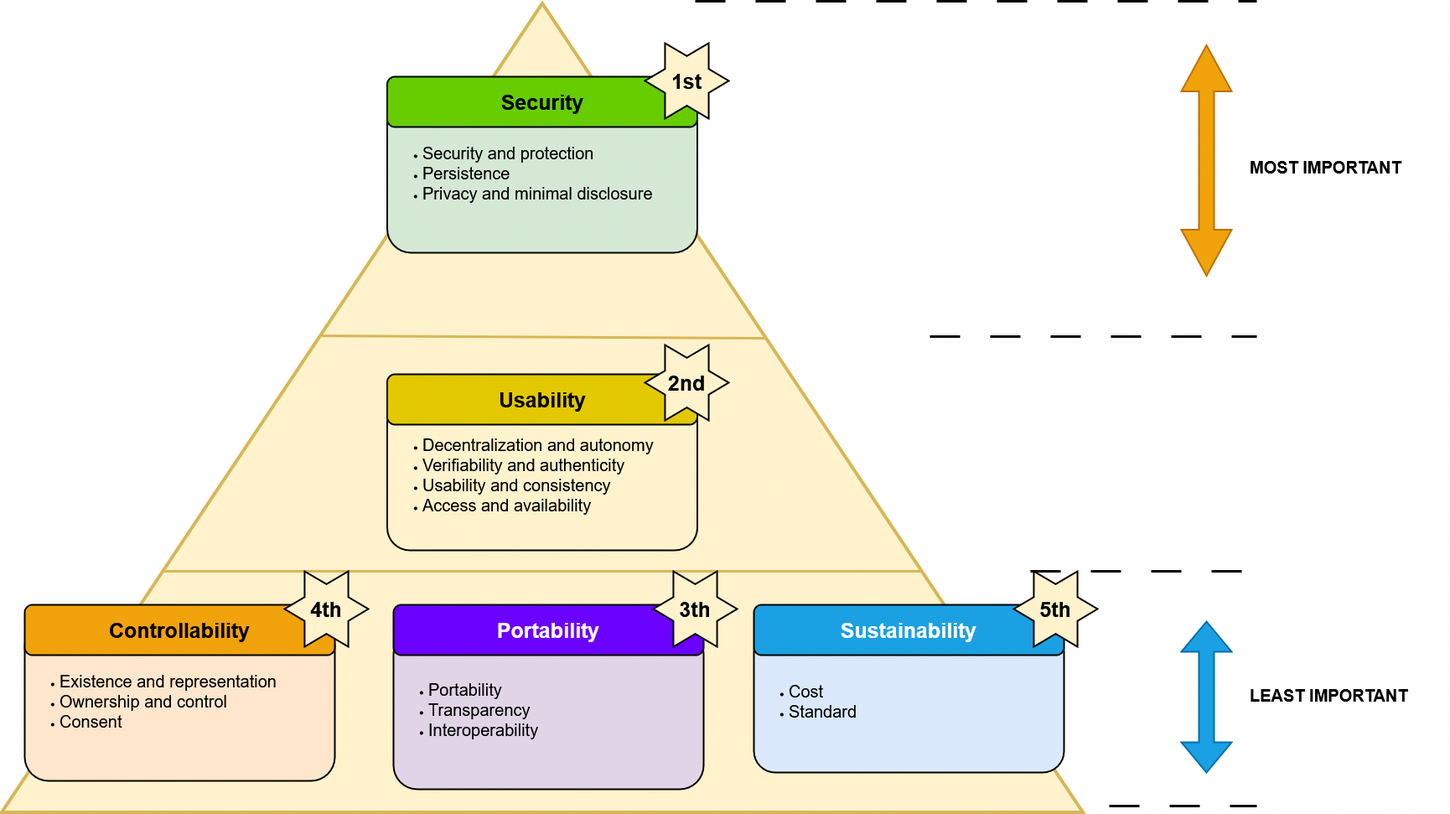
Above: definition/images/survey/ImportantGroups.png in cristianlepore/Self-Sovereign-Identity (draw.io), before the change. Source tidied: cells renumbered, new cells last; positions are measured from the earlier drawing's top-left corner, leaving out a move shared by most shapes.
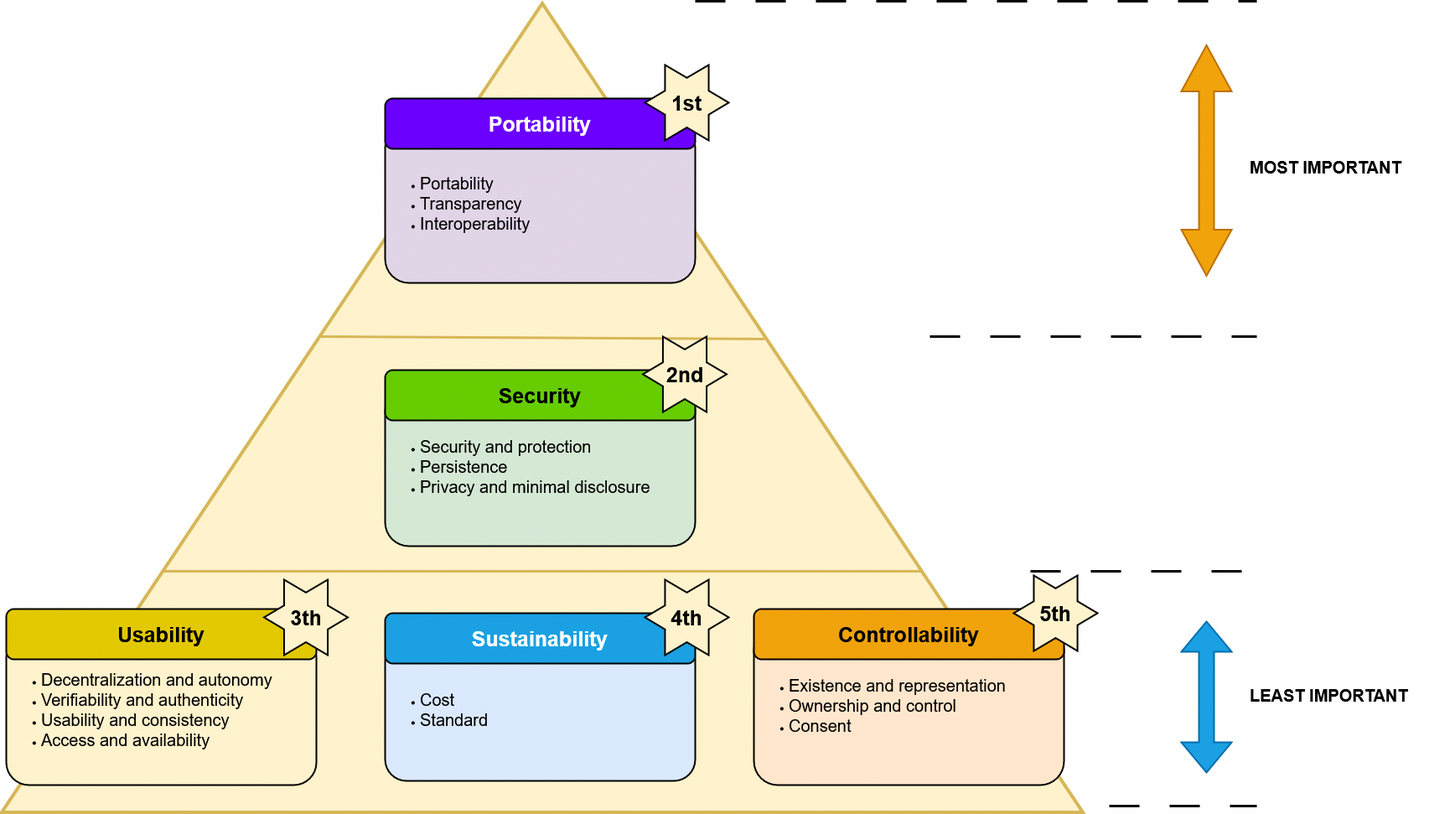
After the change.

What changed in the source:
```diff
@@ -17,41 +17,44 @@
     <mxCell id="5" value="&lt;div style=&quot;line-height: 200%;&quot; align=&quot;right&quot;&gt;&lt;b&gt;&lt;font style=&quot;font-size: 20px; color: rgb(0, 0, 0);&quot;&gt;LEAST IMPORTANT&lt;/font&gt;&lt;span style=&quot;color: rgba(0, 0, 0, 0);&quot;&gt;&lt;span style=&quot;color: rgba(0, 0, 0, 0);&quot;&gt;&lt;br&gt;&lt;/span&gt;&lt;/span&gt;&lt;/b&gt;&lt;/div&gt;" style="text;whiteSpace=wrap;html=1;" parent="1" vertex="1">
       <mxGeometry x="1460" y="970" width="240" height="60" as="geometry" />
     </mxCell>
-    <mxCell id="6" style="endArrow=none;html=1;rounded=0;entryX=0.586;entryY=0.707;entryDx=0;entryDy=0;entryPerimeter=0;exitX=0.589;exitY=0.296;exitDx=0;exitDy=0;exitPerimeter=0;fillColor=#fff2cc;strokeColor=#d6b656;strokeWidth=3;" parent="1" edge="1" source="3" target="3">
-      <mxGeometry relative="1" as="geometry" />
+    <mxCell id="6" style="endArrow=none;html=1;rounded=0;entryX=0.586;entryY=0.707;entryDx=0;entryDy=0;entryPerimeter=0;exitX=0.589;exitY=0.296;exitDx=0;exitDy=0;exitPerimeter=0;fillColor=#fff2cc;strokeColor=#d6b656;strokeWidth=3;" parent="1" edge="1">
+      <mxGeometry relative="1" as="geometry">
+        <mxPoint x="352.4" y="560" as="sourcePoint" />
+        <mxPoint x="882.6" y="562.9" as="targetPoint" />
+      </mxGeometry>
     </mxCell>
     <mxCell id="7" style="endArrow=none;html=1;rounded=0;entryX=0.298;entryY=0.851;entryDx=0;entryDy=0;entryPerimeter=0;exitX=0.298;exitY=0.15;exitDx=0;exitDy=0;exitPerimeter=0;fillColor=#fff2cc;strokeColor=#d6b656;strokeWidth=3;" parent="1" edge="1" source="3" target="3">
       <mxGeometry relative="1" as="geometry" />
     </mxCell>
     <mxCell id="8" value="&lt;div align=&quot;left&quot;&gt;&lt;ul&gt;&lt;li&gt;&lt;font style=&quot;font-size: 20px;&quot;&gt;Existence and representation&lt;/font&gt;&lt;/li&gt;&lt;li&gt;&lt;font style=&quot;font-size: 20px;&quot;&gt;Ownership and control&lt;/font&gt;&lt;/li&gt;&lt;li&gt;&lt;font style=&quot;font-size: 20px;&quot;&gt;Consent&lt;/font&gt;&lt;/li&gt;&lt;/ul&gt;&lt;/div&gt;" style="rounded=1;whiteSpace=wrap;html=1;align=left;fillColor=#ffe6cc;strokeColor=#000000;strokeWidth=2;" parent="1" vertex="1">
-      <mxGeometry y="900" width="370" height="190" as="geometry" />
+      <mxGeometry x="870" y="905" width="370" height="190" as="geometry" />
     </mxCell>
     <mxCell id="9" value="&lt;div align=&quot;left&quot;&gt;&lt;ul&gt;&lt;li&gt;&lt;font style=&quot;font-size: 20px;&quot;&gt;Security and protection&lt;/font&gt;&lt;/li&gt;&lt;li&gt;&lt;font style=&quot;font-size: 20px;&quot;&gt;Persistence&lt;/font&gt;&lt;/li&gt;&lt;li&gt;&lt;font style=&quot;font-size: 20px;&quot;&gt;Privacy and minimal disclosure&lt;/font&gt;&lt;/li&gt;&lt;/ul&gt;&lt;/div&gt;" style="rounded=1;whiteSpace=wrap;html=1;align=left;fillColor=#d5e8d4;strokeColor=#000000;strokeWidth=2;" parent="1" vertex="1">
-      <mxGeometry x="432.5" y="270" width="370" height="190" as="geometry" />
+      <mxGeometry x="430" y="620" width="370" height="190" as="geometry" />
     </mxCell>
     <mxCell id="10" value="&lt;div align=&quot;left&quot;&gt;&lt;ul&gt;&lt;li&gt;&lt;font style=&quot;font-size: 20px;&quot;&gt;Decentralization and autonomy&lt;/font&gt;&lt;/li&gt;&lt;li&gt;&lt;font style=&quot;font-size: 20px;&quot;&gt;Verifiability and authenticity&lt;/font&gt;&lt;/li&gt;&lt;li&gt;&lt;font style=&quot;font-size: 20px;&quot;&gt;Usability and consistency&lt;/font&gt;&lt;/li&gt;&lt;li&gt;&lt;font style=&quot;font-size: 20px;&quot;&gt;Access and availability&lt;/font&gt;&lt;/li&gt;&lt;/ul&gt;&lt;/div&gt;" style="rounded=1;whiteSpace=wrap;html=1;align=left;fillColor=#fff2cc;strokeColor=#000000;strokeWidth=2;" parent="1" vertex="1">
-      <mxGeometry x="432.5" y="635" width="370" height="180" as="geometry" />
+      <mxGeometry x="-22" y="915" width="370" height="180" as="geometry" />
     </mxCell>
     <mxCell id="11" value="&lt;b&gt;&lt;font style=&quot;font-size: 25px;&quot;&gt;Controllability&lt;/font&gt;&lt;/b&gt;" style="rounded=1;whiteSpace=wrap;html=1;fillColor=#f0a30a;fontColor=#000000;strokeColor=#000000;strokeWidth=2;" parent="1" vertex="1">
-      <mxGeometry y="880" width="370" height="60" as="geometry" />
+      <mxGeometry x="870" y="885" width="370" height="60" as="geometry" />
     </mxCell>
     <mxCell id="12" value="&lt;div&gt;&lt;b&gt;&lt;font style=&quot;font-size: 25px;&quot;&gt;Usability&lt;/font&gt;&lt;/b&gt;&lt;br&gt;&lt;/div&gt;" style="rounded=1;whiteSpace=wrap;html=1;fillColor=#e3c800;fontColor=#000000;strokeColor=#000000;strokeWidth=2;" parent="1" vertex="1">
-      <mxGeometry x="432.5" y="605" width="370" height="60" as="geometry" />
+      <mxGeometry x="-22" y="885" width="370" height="60" as="geometry" />
     </mxCell>
     <mxCell id="13" value="&lt;span style=&quot;color: rgb(0, 0, 0); --darkreader-inline-color: var(--darkreader-text-ededed, #f9f5f0);&quot;&gt;&lt;b&gt;&lt;font style=&quot;font-size: 25px;&quot;&gt;Security&lt;font&gt;&lt;br&gt;&lt;/font&gt;&lt;/font&gt;&lt;/b&gt;&lt;/span&gt;" style="rounded=1;whiteSpace=wrap;html=1;fillColor=#66CC00;strokeColor=#000000;fontColor=#ffffff;strokeWidth=2;" parent="1" vertex="1">
-      <mxGeometry x="432.5" y="250" width="370" height="60" as="geometry" />
+      <mxGeometry x="430" y="600" width="370" height="60" as="geometry" />
     </mxCell>
     <mxCell id="14" value="&lt;div align=&quot;left&quot;&gt;&lt;ul&gt;&lt;li&gt;&lt;font style=&quot;font-size: 20px;&quot;&gt;Cost&lt;/font&gt;&lt;/li&gt;&lt;li&gt;&lt;div&gt;&lt;font style=&quot;font-size: 20px;&quot;&gt;Standard&lt;/font&gt;&lt;/div&gt;&lt;/li&gt;&lt;/ul&gt;&lt;/div&gt;" style="rounded=1;whiteSpace=wrap;html=1;fillColor=#dae8fc;strokeColor=#000000;align=left;strokeWidth=2;" parent="1" vertex="1">
-      <mxGeometry x="870" y="910" width="370" height="170" as="geometry" />
+      <mxGeometry x="430" y="920" width="370" height="170" as="geometry" />
     </mxCell>
     <mxCell id="15" value="&lt;div align=&quot;left&quot;&gt;&lt;ul&gt;&lt;li&gt;&lt;font style=&quot;font-size: 20px;&quot;&gt;Portability&lt;/font&gt;&lt;/li&gt;&lt;li&gt;&lt;font style=&quot;font-size: 20px;&quot;&gt;Transparency&lt;/font&gt;&lt;/li&gt;&lt;li&gt;&lt;font style=&quot;font-size: 20px;&quot;&gt;Interoperability&lt;/font&gt;&lt;/li&gt;&lt;/ul&gt;&lt;/div&gt;" style="rounded=1;whiteSpace=wrap;html=1;align=left;fillColor=#e1d5e7;strokeColor=#000000;strokeWidth=2;" parent="1" vertex="1">
-      <mxGeometry x="440" y="910" width="370" height="190" as="geometry" />
+      <mxGeometry x="430" y="305.9" width="370" height="190" as="geometry" />
     </mxCell>
     <mxCell id="16" value="&lt;b&gt;&lt;font style=&quot;font-size: 25px;&quot;&gt;Portability&lt;/font&gt;&lt;/b&gt;" style="rounded=1;whiteSpace=wrap;html=1;fillColor=#6a00ff;fontColor=#ffffff;strokeColor=#000000;strokeWidth=2;" parent="1" vertex="1">
-      <mxGeometry x="440" y="880" width="370" height="60" as="geometry" />
+      <mxGeometry x="430" y="275.9" width="370" height="60" as="geometry" />
     </mxCell>
     <mxCell id="17" value="&lt;font style=&quot;font-size: 25px;&quot;&gt;&lt;b&gt;Sustainability&lt;/b&gt;&lt;/font&gt;" style="rounded=1;whiteSpace=wrap;html=1;fillColor=#1ba1e2;fontColor=#ffffff;strokeColor=#000000;strokeWidth=2;" parent="1" vertex="1">
-      <mxGeometry x="870" y="880" width="370" height="60" as="geometry" />
+      <mxGeometry x="430" y="890" width="370" height="60" as="geometry" />
     </mxCell>
     <mxCell id="18" style="shape=doubleArrow;whiteSpace=wrap;html=1;rotation=90;fillColor=#1ba1e2;strokeColor=#006EAF;fontColor=#ffffff;strokeWidth=2;" parent="1" vertex="1">
       <mxGeometry x="1320" y="960" width="180" height="60" as="geometry" />
@@ -78,34 +81,34 @@
       </mxGeometry>
     </mxCell>
     <mxCell id="23" style="verticalLabelPosition=bottom;verticalAlign=top;html=1;shape=mxgraph.basic.6_point_star;fillColor=#fff2cc;strokeColor=#000000;strokeWidth=2;" parent="1" vertex="1">
-      <mxGeometry x="740" y="210" width="100" height="90" as="geometry" />
+      <mxGeometry x="737.5" y="560" width="100" height="90" as="geometry" />
     </mxCell>
-    <mxCell id="24" value="&lt;font style=&quot;font-size: 25px;&quot;&gt;&lt;b&gt;&lt;font&gt;1st&lt;/font&gt;&lt;/b&gt;&lt;/font&gt;" style="text;html=1;align=center;verticalAlign=middle;whiteSpace=wrap;rounded=0;" parent="1" vertex="1">
-      <mxGeometry x="760" y="240" width="60" height="30" as="geometry" />
+    <mxCell id="24" value="&lt;font style=&quot;font-size: 25px;&quot;&gt;&lt;b&gt;&lt;font&gt;2nd&lt;/font&gt;&lt;/b&gt;&lt;/font&gt;" style="text;html=1;align=center;verticalAlign=middle;whiteSpace=wrap;rounded=0;" parent="1" vertex="1">
+      <mxGeometry x="757.5" y="590" width="60" height="30" as="geometry" />
     </mxCell>
     <mxCell id="25" style="verticalLabelPosition=bottom;verticalAlign=top;html=1;shape=mxgraph.basic.6_point_star;fillColor=#fff2cc;strokeColor=#000000;strokeWidth=2;" parent="1" vertex="1">
-      <mxGeometry x="740" y="570" width="100" height="90" as="geometry" />
+      <mxGeometry x="285.5" y="850" width="100" height="90" as="geometry" />
     </mxCell>
     <mxCell id="26" style="verticalLabelPosition=bottom;verticalAlign=top;html=1;shape=mxgraph.basic.6_point_star;fillColor=#fff2cc;strokeColor=#000000;strokeWidth=2;" parent="1" vertex="1">
-      <mxGeometry x="750" y="840" width="100" height="90" as="geometry" />
+      <mxGeometry x="740" y="235.9" width="100" height="90" as="geometry" />
     </mxCell>
     <mxCell id="27" style="verticalLabelPosition=bottom;verticalAlign=top;html=1;shape=mxgraph.basic.6_point_star;fillColor=#fff2cc;strokeColor=#000000;strokeWidth=2;" parent="1" vertex="1">
-      <mxGeometry x="1180" y="840" width="100" height="90" as="geometry" />
+      <mxGeometry x="740" y="850" width="100" height="90" as="geometry" />
     </mxCell>
     <mxCell id="28" style="verticalLabelPosition=bottom;verticalAlign=top;html=1;shape=mxgraph.basic.6_point_star;fillColor=#fff2cc;strokeColor=#000000;strokeWidth=2;" parent="1" vertex="1">
-      <mxGeometry x="310" y="840" width="100" height="90" as="geometry" />
+      <mxGeometry x="1180" y="845" width="100" height="90" as="geometry" />
     </mxCell>
-    <mxCell id="29" value="&lt;font style=&quot;font-size: 25px;&quot;&gt;&lt;b&gt;&lt;font&gt;4th&lt;/font&gt;&lt;/b&gt;&lt;/font&gt;" style="text;html=1;align=center;verticalAlign=middle;whiteSpace=wrap;rounded=0;" parent="1" vertex="1">
-      <mxGeometry x="330" y="870" width="60" height="30" as="geometry" />
+    <mxCell id="29" value="&lt;font style=&quot;font-size: 25px;&quot;&gt;&lt;b&gt;&lt;font&gt;5th&lt;/font&gt;&lt;/b&gt;&lt;/font&gt;" style="text;html=1;align=center;verticalAlign=middle;whiteSpace=wrap;rounded=0;" parent="1" vertex="1">
+      <mxGeometry x="1200" y="875" width="60" height="30" as="geometry" />
     </mxCell>
-    <mxCell id="30" value="&lt;font style=&quot;font-size: 25px;&quot;&gt;&lt;b&gt;&lt;font&gt;2nd&lt;/font&gt;&lt;/b&gt;&lt;/font&gt;" style="text;html=1;align=center;verticalAlign=middle;whiteSpace=wrap;rounded=0;" parent="1" vertex="1">
-      <mxGeometry x="760" y="600" width="60" height="30" as="geometry" />
+    <mxCell id="30" value="&lt;font style=&quot;font-size: 25px;&quot;&gt;&lt;b&gt;&lt;font&gt;3th&lt;/font&gt;&lt;/b&gt;&lt;/font&gt;" style="text;html=1;align=center;verticalAlign=middle;whiteSpace=wrap;rounded=0;" parent="1" vertex="1">
+      <mxGeometry x="305.5" y="880" width="60" height="30" as="geometry" />
     </mxCell>
-    <mxCell id="31" value="&lt;font style=&quot;font-size: 25px;&quot;&gt;&lt;b&gt;&lt;font&gt;3th&lt;/font&gt;&lt;/b&gt;&lt;/font&gt;" style="text;html=1;align=center;verticalAlign=middle;whiteSpace=wrap;rounded=0;" parent="1" vertex="1">
-      <mxGeometry x="770" y="870" width="60" height="30" as="geometry" />
+    <mxCell id="31" value="&lt;font style=&quot;font-size: 25px;&quot;&gt;&lt;b&gt;&lt;font&gt;1st&lt;/font&gt;&lt;/b&gt;&lt;/font&gt;" style="text;html=1;align=center;verticalAlign=middle;whiteSpace=wrap;rounded=0;" parent="1" vertex="1">
+      <mxGeometry x="760" y="265.9" width="60" height="30" as="geometry" />
     </mxCell>
-    <mxCell id="32" value="&lt;font style=&quot;font-size: 25px;&quot;&gt;&lt;b&gt;&lt;font&gt;5th&lt;/font&gt;&lt;/b&gt;&lt;/font&gt;" style="text;html=1;align=center;verticalAlign=middle;whiteSpace=wrap;rounded=0;" parent="1" vertex="1">
-      <mxGeometry x="1200" y="870" width="60" height="30" as="geometry" />
+    <mxCell id="32" value="&lt;font style=&quot;font-size: 25px;&quot;&gt;&lt;b&gt;&lt;font&gt;4th&lt;/font&gt;&lt;/b&gt;&lt;/font&gt;" style="text;html=1;align=center;verticalAlign=middle;whiteSpace=wrap;rounded=0;" parent="1" vertex="1">
+      <mxGeometry x="760" y="880" width="60" height="30" as="geometry" />
     </mxCell>
   </root>
 </mxGraphModel>
```
